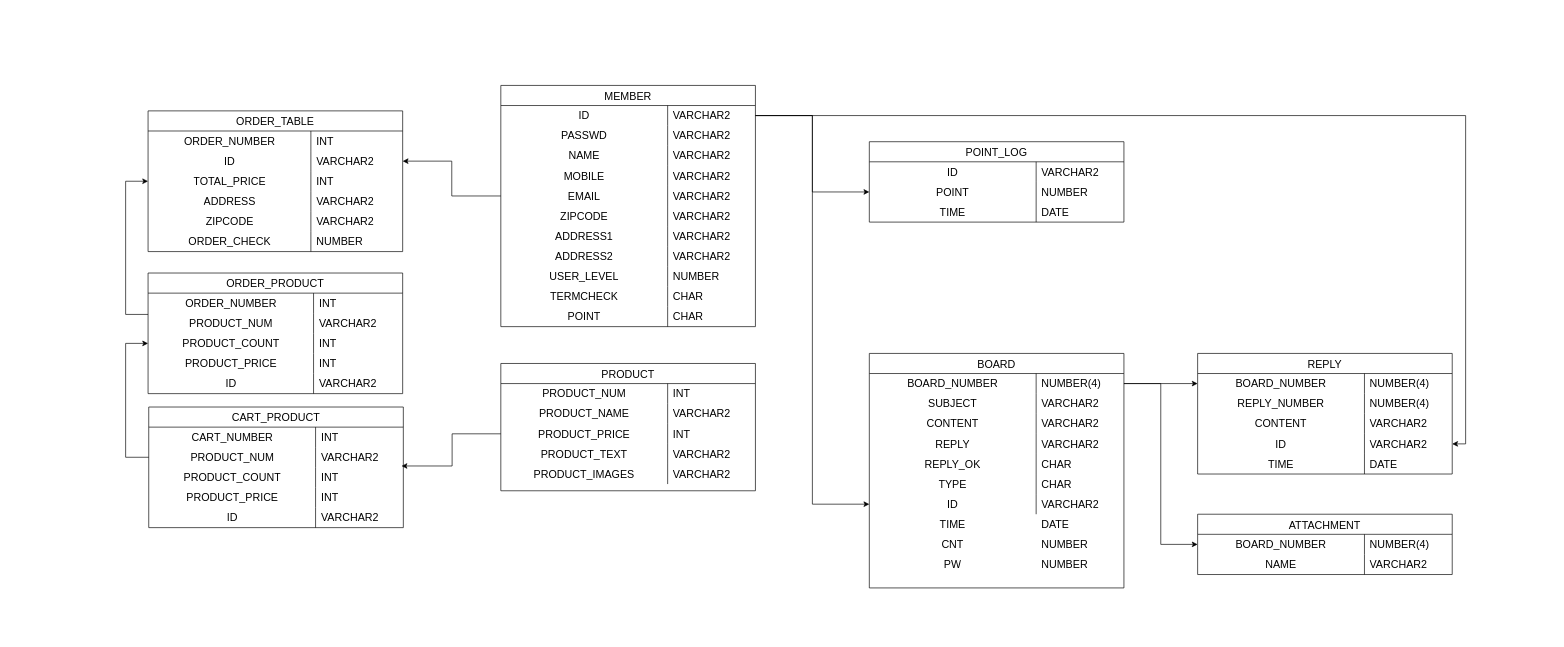
Before: 제목 없는 다이어그램.drawio in Rookies13/Senanam, a draw.io diagram. Source tidied: cells renumbered, new cells numbered last; positions are measured from the earlier drawing's top-left corner, leaving out a move shared by most shapes. Both pictures are drawn from the tidied source at 67%, with x=0, y=0 at pixel (125, 85).
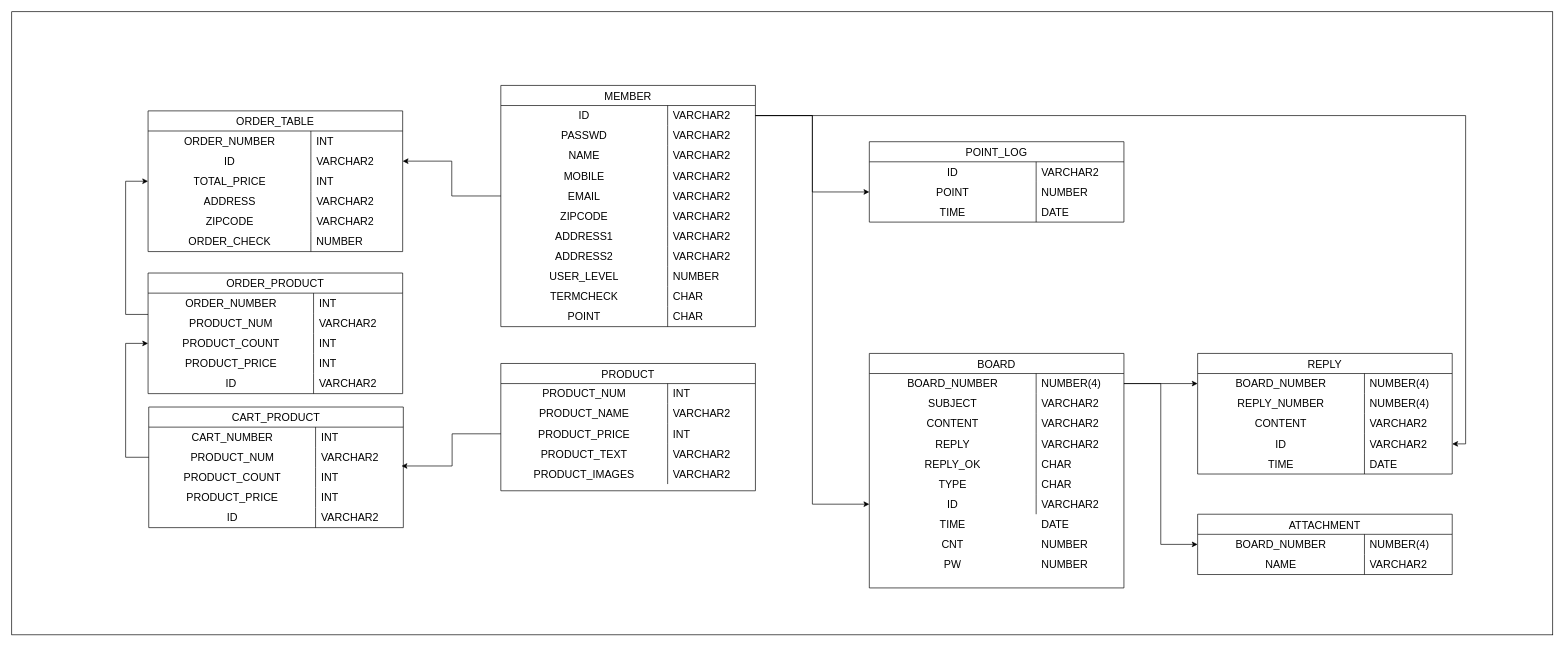
The same diagram, later.

Commit message:
제목 없는 다이어그램.drawio 업데이트

Change to the diagram source:
```diff
@@
+    <mxCell id="173" style="rounded=0;whiteSpace=wrap;html=1;" parent="1" vertex="1">
+      <mxGeometry x="-170" y="-110" width="2300" height="930" as="geometry" />
+    </mxCell>
```
